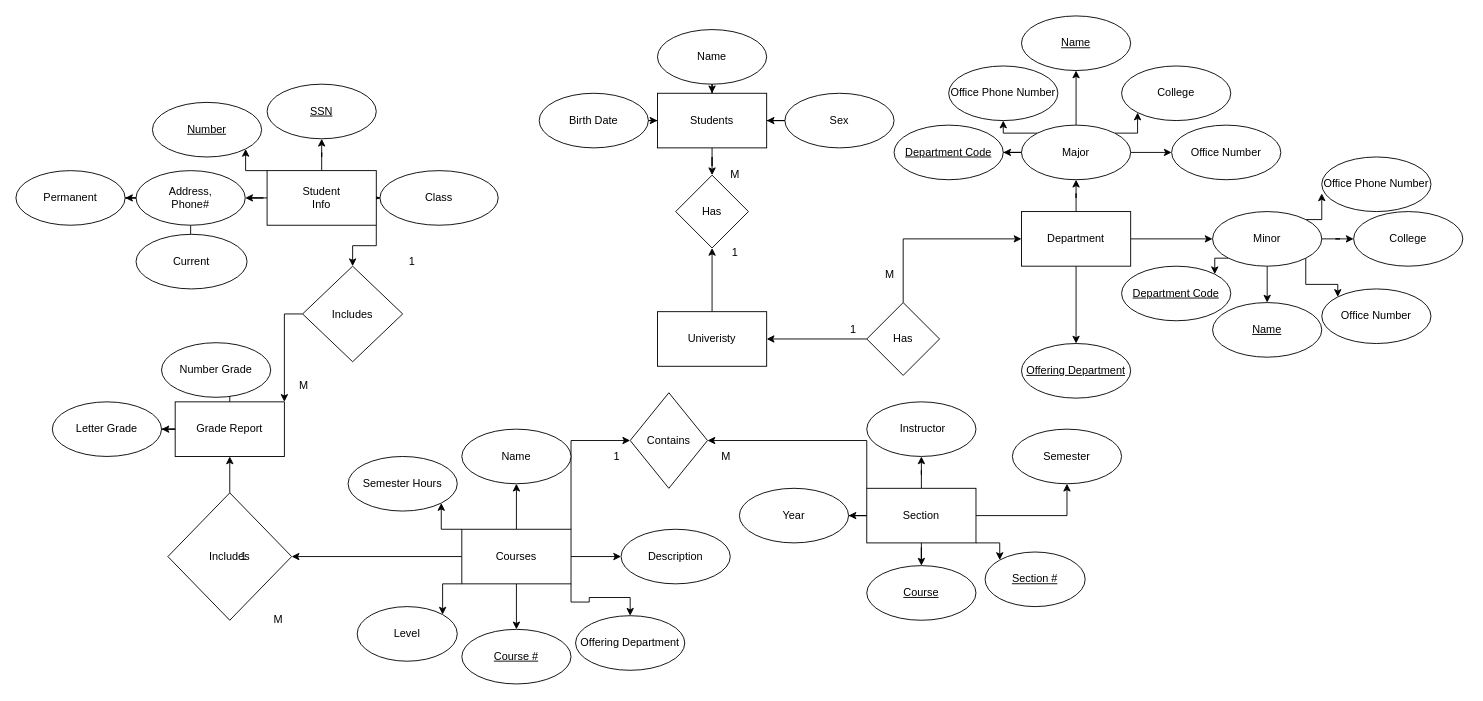
The draw.io diagram Untitled Diagram.drawio in SamPark12/Data-Bases, before the edit. Source tidied: cells renumbered, new cells numbered last; positions are measured from the earlier drawing's top-left corner, leaving out a move shared by most shapes. Both pictures are drawn from the tidied source at 91%, with x=0, y=0 at pixel (15, 15).
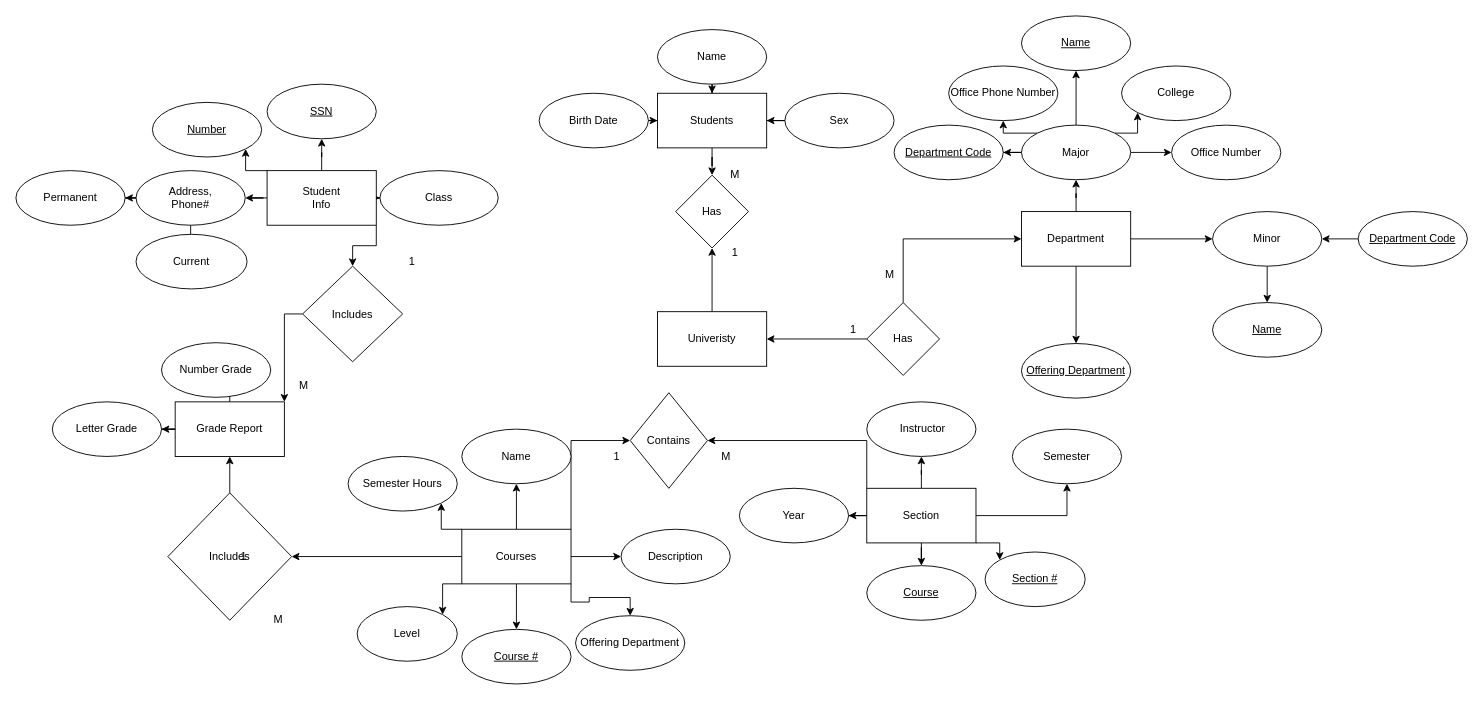
Above is the later version.

The change refers to these unchanged cells:
```xml
<mxCell id="37" value="Minor" style="ellipse;whiteSpace=wrap;html=1;rounded=0;" parent="1" vertex="1">
  <mxGeometry x="1315" y="215" width="120" height="60" as="geometry" />
</mxCell>
```

What changed in the source:
```diff
@@
-    <mxCell id="33" style="edgeStyle=orthogonalEdgeStyle;rounded=0;jettySize=auto;html=1;exitX=1;exitY=1;exitDx=0;exitDy=0;entryX=0;entryY=0;entryDx=0;entryDy=0;" parent="1" edge="1" source="37" target="43">
-      <mxGeometry relative="1" as="geometry" />
-    </mxCell>
-    <mxCell id="34" style="edgeStyle=orthogonalEdgeStyle;rounded=0;jettySize=auto;html=1;" parent="1" edge="1" source="37" target="44">
-      <mxGeometry relative="1" as="geometry" />
-    </mxCell>
-    <mxCell id="35" style="edgeStyle=orthogonalEdgeStyle;rounded=0;jettySize=auto;html=1;exitX=1;exitY=0;exitDx=0;exitDy=0;entryX=0;entryY=0.667;entryDx=0;entryDy=0;entryPerimeter=0;" parent="1" edge="1" source="37" target="46">
-      <mxGeometry relative="1" as="geometry" />
-    </mxCell>
-    <mxCell id="36" style="edgeStyle=orthogonalEdgeStyle;rounded=0;jettySize=auto;html=1;exitX=0;exitY=1;exitDx=0;exitDy=0;entryX=1;entryY=0;entryDx=0;entryDy=0;" parent="1" edge="1" source="37" target="47">
-      <mxGeometry relative="1" as="geometry" />
-    </mxCell>
@@
-    <mxCell id="43" value="Office Number" style="ellipse;whiteSpace=wrap;html=1;rounded=0;" parent="1" vertex="1">
-      <mxGeometry x="1435" y="300" width="120" height="60" as="geometry" />
-    </mxCell>
-    <mxCell id="44" value="College" style="ellipse;whiteSpace=wrap;html=1;" parent="1" vertex="1">
-      <mxGeometry x="1470" y="215" width="120" height="60" as="geometry" />
-    </mxCell>
@@
-    <mxCell id="46" value="Office Phone Number" style="ellipse;whiteSpace=wrap;html=1;" parent="1" vertex="1">
-      <mxGeometry x="1435" y="155" width="120" height="60" as="geometry" />
-    </mxCell>
+    <mxCell id="105" style="edgeStyle=orthogonalEdgeStyle;rounded=0;jettySize=auto;html=1;" parent="1" edge="1" source="47" target="37">
+      <mxGeometry relative="1" as="geometry" />
+    </mxCell>
     <mxCell id="47" value="&lt;u&gt;Department Code&lt;/u&gt;" style="ellipse;whiteSpace=wrap;html=1;rounded=0;" parent="1" vertex="1">
-      <mxGeometry x="1215" y="275" width="120" height="60" as="geometry" />
+      <mxGeometry x="1475" y="215" width="120" height="60" as="geometry" />
     </mxCell>
```
